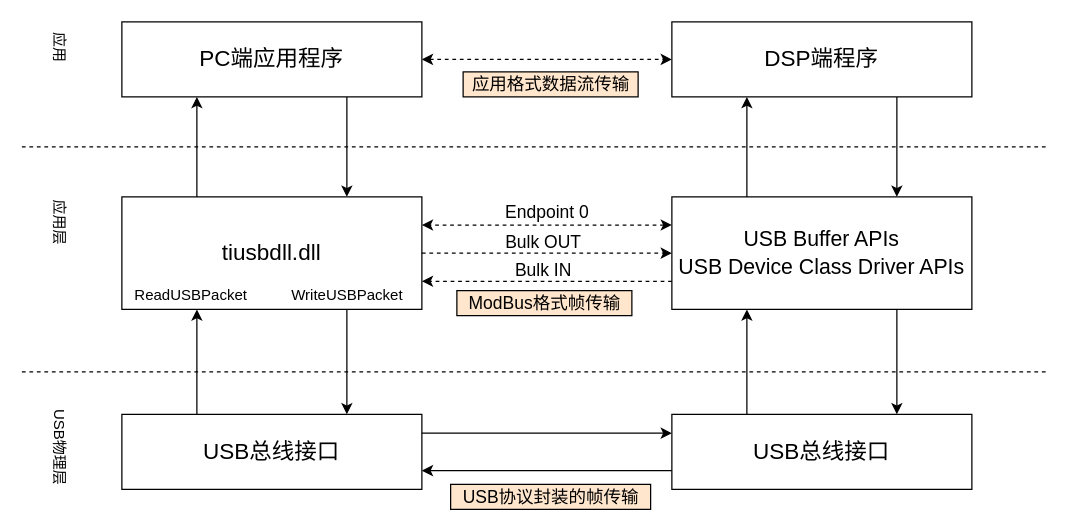
This is page "通信数据流" (1 of 5) of Untitled Diagram.drawio from fuxinsen/test, a draw.io file, before an edit. Source tidied: cells renumbered, new cells numbered last; positions are measured from the earlier drawing's top-left corner, leaving out a move shared by most shapes. Both pictures are drawn from the tidied source at 125%, with x=0, y=0 at pixel (9, 21).
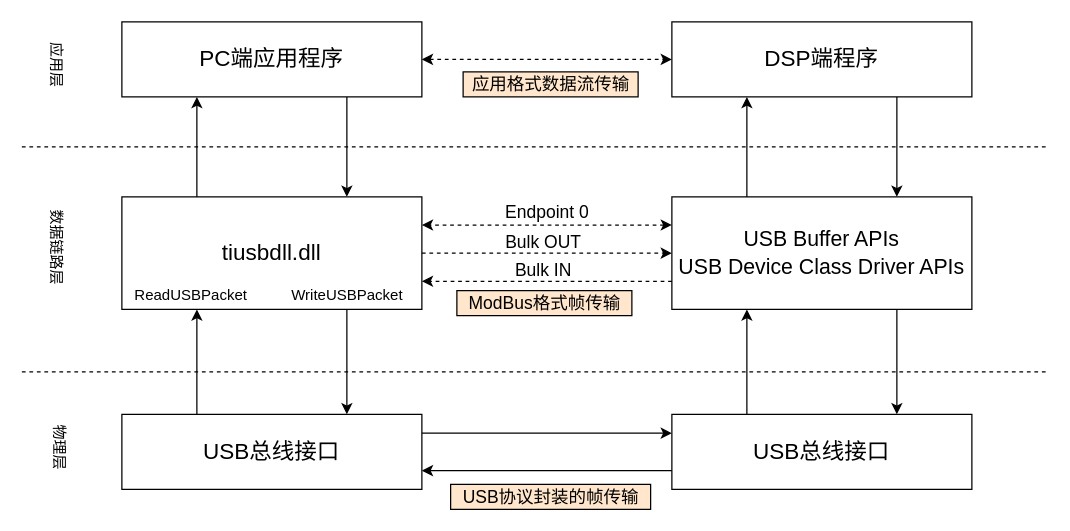
The same diagram, later.

Change to the diagram source:
```diff
@@
-    <mxCell id="31" value="USB物理层" style="text;html=1;align=center;verticalAlign=middle;strokeColor=none;rotation=90;" parent="1" vertex="1">
-      <mxGeometry y="330" width="80" height="20" as="geometry" />
+    <mxCell id="31" value="物理层" style="text;html=1;align=center;verticalAlign=middle;strokeColor=none;rotation=90;" parent="1" vertex="1">
+      <mxGeometry x="17" y="331" width="46" height="18" as="geometry" />
     </mxCell>
@@
-    <mxCell id="33" value="应用层" style="text;html=1;align=center;verticalAlign=middle;strokeColor=none;rotation=90;" parent="1" vertex="1">
-      <mxGeometry x="15" y="150" width="50" height="20" as="geometry" />
+    <mxCell id="33" value="数据链路层" style="text;html=1;align=center;verticalAlign=middle;strokeColor=none;rotation=90;" parent="1" vertex="1">
+      <mxGeometry x="3" y="171" width="70" height="18" as="geometry" />
     </mxCell>
-    <mxCell id="34" value="应用" style="text;html=1;align=center;verticalAlign=middle;strokeColor=none;rotation=90;" parent="1" vertex="1">
-      <mxGeometry x="20" y="10" width="40" height="20" as="geometry" />
+    <mxCell id="34" value="应用层" style="text;html=1;align=center;verticalAlign=middle;strokeColor=none;rotation=90;" parent="1" vertex="1">
+      <mxGeometry x="15" y="25" width="46" height="18" as="geometry" />
     </mxCell>
```
